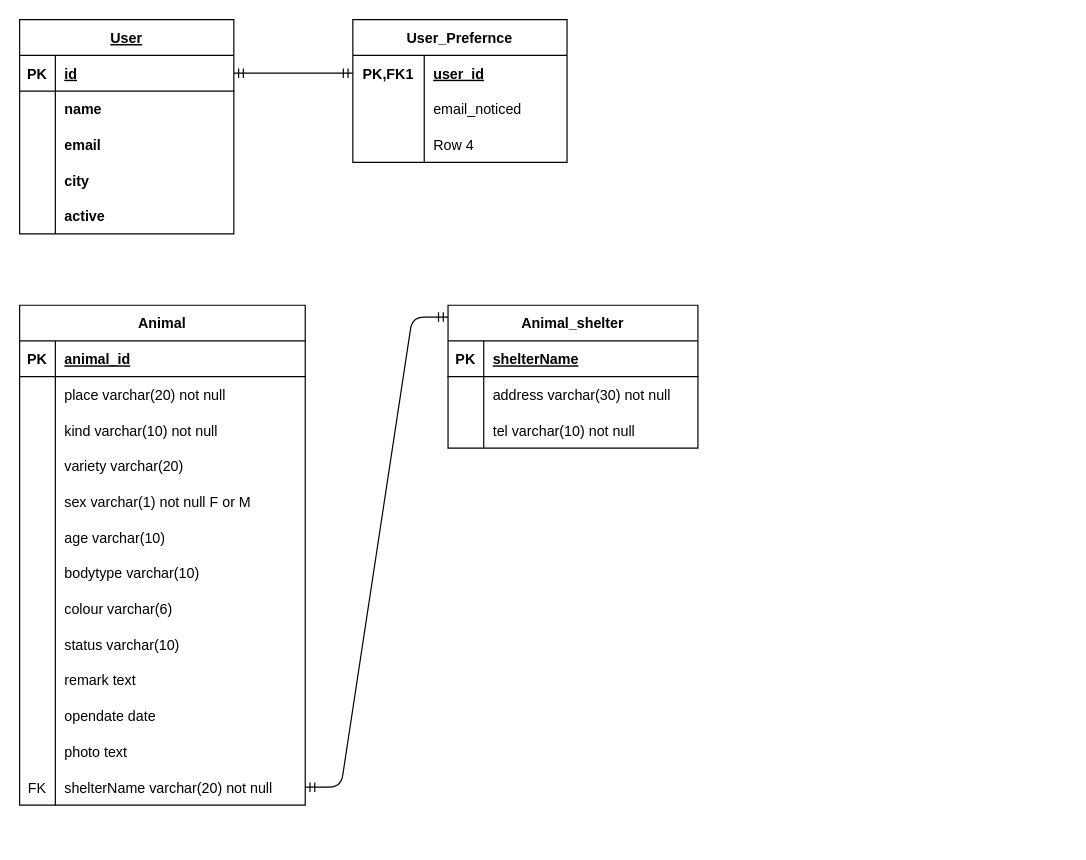
Before: backend/Diagram/erm.drawio in ctchen222/FurFriend-Finder, a draw.io diagram. Source tidied: cells renumbered, new cells numbered last; positions are measured from the earlier drawing's top-left corner, leaving out a move shared by most shapes. Both pictures are drawn from the tidied source at 119%, with x=0, y=0 at pixel (19, 19).
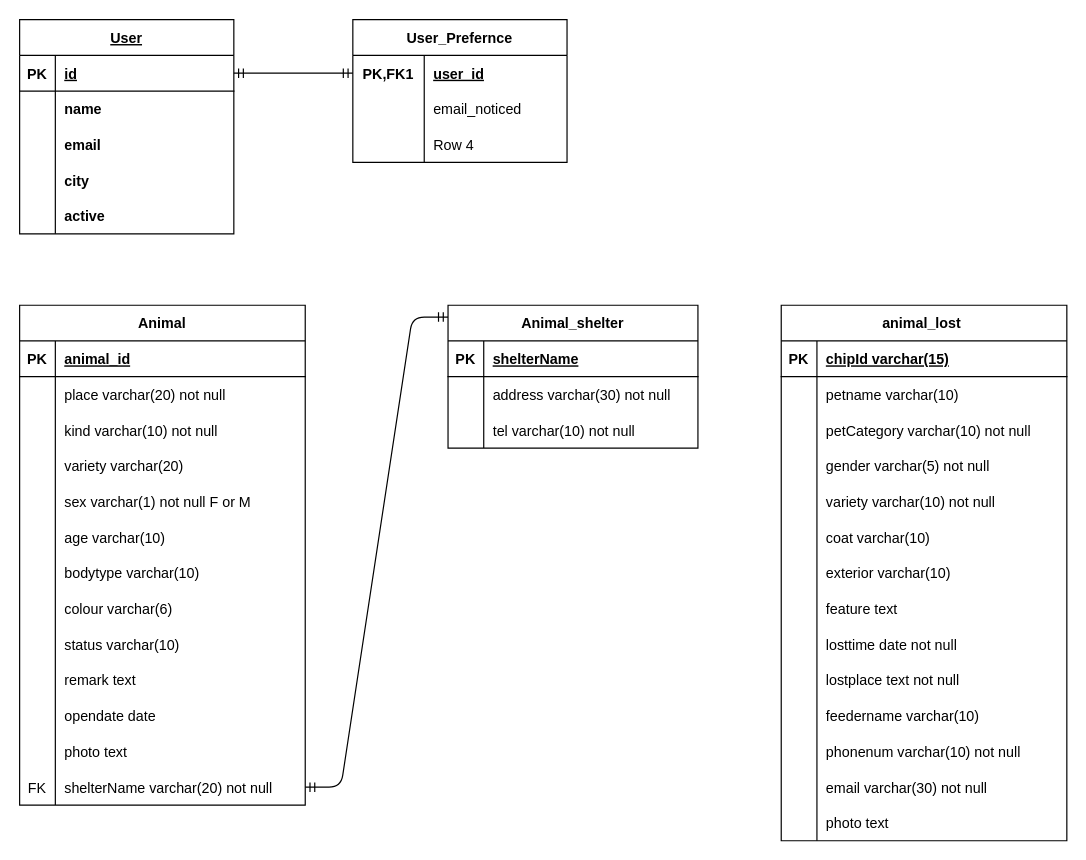
After the change.

Commit message (it also covers changes not shown here):
[add] feature for user to fetch lost animals

What changed in the source:
```diff
@@
+    <mxCell id="80" value="animal_lost " style="shape=table;startSize=30;childLayout=tableLayout;rowLines=0;fontStyle=1;align=center;" parent="1" vertex="1">
+      <mxGeometry x="640" y="240" width="240" height="450" as="geometry" />
+    </mxCell>
+    <mxCell id="81" style="shape=tableRow;horizontal=0;startSize=0;swimlaneHead=0;swimlaneBody=0;fillColor=none;top=0;left=0;right=0;bottom=1;" parent="80" vertex="1">
+      <mxGeometry y="30" width="240" height="30" as="geometry" />
+    </mxCell>
+    <mxCell id="82" value="PK" style="shape=partialRectangle;fillColor=none;top=0;left=0;bottom=0;right=0;fontStyle=1;overflow=hidden;" parent="81" vertex="1">
+      <mxGeometry width="30" height="30" as="geometry" />
+    </mxCell>
+    <mxCell id="83" value="chipId varchar(15)" style="shape=partialRectangle;fillColor=none;top=0;left=0;bottom=0;right=0;align=left;spacingLeft=6;fontStyle=5;overflow=hidden;" parent="81" vertex="1">
+      <mxGeometry x="30" width="210" height="30" as="geometry" />
+    </mxCell>
+    <mxCell id="84" style="shape=tableRow;horizontal=0;startSize=0;swimlaneHead=0;swimlaneBody=0;fillColor=none;top=0;left=0;right=0;bottom=0;" parent="80" vertex="1">
+      <mxGeometry y="60" width="240" height="30" as="geometry" />
+    </mxCell>
+    <mxCell id="85" style="shape=partialRectangle;fillColor=none;top=0;left=0;bottom=0;right=0;overflow=hidden;" parent="84" vertex="1">
+      <mxGeometry width="30" height="30" as="geometry" />
+    </mxCell>
+    <mxCell id="86" value="petname varchar(10)" style="shape=partialRectangle;fillColor=none;top=0;left=0;bottom=0;right=0;align=left;spacingLeft=6;overflow=hidden;" parent="84" vertex="1">
+      <mxGeometry x="30" width="210" height="30" as="geometry" />
+    </mxCell>
+    <mxCell id="87" style="shape=tableRow;horizontal=0;startSize=0;swimlaneHead=0;swimlaneBody=0;fillColor=none;top=0;left=0;right=0;bottom=0;" parent="80" vertex="1">
+      <mxGeometry y="90" width="240" height="30" as="geometry" />
+    </mxCell>
+    <mxCell id="88" style="shape=partialRectangle;fillColor=none;top=0;left=0;bottom=0;right=0;overflow=hidden;" parent="87" vertex="1">
+      <mxGeometry width="30" height="30" as="geometry" />
+    </mxCell>
+    <mxCell id="89" value="petCategory varchar(10) not null" style="shape=partialRectangle;fillColor=none;top=0;left=0;bottom=0;right=0;align=left;spacingLeft=6;overflow=hidden;" parent="87" vertex="1">
+      <mxGeometry x="30" width="210" height="30" as="geometry" />
+    </mxCell>
+    <mxCell id="90" style="shape=tableRow;horizontal=0;startSize=0;swimlaneHead=0;swimlaneBody=0;fillColor=none;top=0;left=0;right=0;bottom=0;" parent="80" vertex="1">
+      <mxGeometry y="120" width="240" height="30" as="geometry" />
+    </mxCell>
+    <mxCell id="91" style="shape=partialRectangle;fillColor=none;top=0;left=0;bottom=0;right=0;overflow=hidden;" parent="90" vertex="1">
+      <mxGeometry width="30" height="30" as="geometry" />
+    </mxCell>
+    <mxCell id="92" value="gender varchar(5) not null" style="shape=partialRectangle;fillColor=none;top=0;left=0;bottom=0;right=0;align=left;spacingLeft=6;overflow=hidden;" parent="90" vertex="1">
+      <mxGeometry x="30" width="210" height="30" as="geometry" />
+    </mxCell>
+    <mxCell id="93" style="shape=tableRow;horizontal=0;startSize=0;swimlaneHead=0;swimlaneBody=0;fillColor=none;top=0;left=0;right=0;bottom=0;" parent="80" vertex="1">
+      <mxGeometry y="150" width="240" height="30" as="geometry" />
+    </mxCell>
+    <mxCell id="94" style="shape=partialRectangle;fillColor=none;top=0;left=0;bottom=0;right=0;overflow=hidden;" parent="93" vertex="1">
+      <mxGeometry width="30" height="30" as="geometry" />
+    </mxCell>
+    <mxCell id="95" value="variety varchar(10) not null" style="shape=partialRectangle;fillColor=none;top=0;left=0;bottom=0;right=0;align=left;spacingLeft=6;overflow=hidden;" parent="93" vertex="1">
+      <mxGeometry x="30" width="210" height="30" as="geometry" />
+    </mxCell>
+    <mxCell id="96" style="shape=tableRow;horizontal=0;startSize=0;swimlaneHead=0;swimlaneBody=0;fillColor=none;top=0;left=0;right=0;bottom=0;" parent="80" vertex="1">
+      <mxGeometry y="180" width="240" height="30" as="geometry" />
+    </mxCell>
+    <mxCell id="97" style="shape=partialRectangle;fillColor=none;top=0;left=0;bottom=0;right=0;overflow=hidden;" parent="96" vertex="1">
+      <mxGeometry width="30" height="30" as="geometry" />
+    </mxCell>
+    <mxCell id="98" value="coat varchar(10)" style="shape=partialRectangle;fillColor=none;top=0;left=0;bottom=0;right=0;align=left;spacingLeft=6;overflow=hidden;" parent="96" vertex="1">
+      <mxGeometry x="30" width="210" height="30" as="geometry" />
+    </mxCell>
+    <mxCell id="99" style="shape=tableRow;horizontal=0;startSize=0;swimlaneHead=0;swimlaneBody=0;fillColor=none;top=0;left=0;right=0;bottom=0;" parent="80" vertex="1">
+      <mxGeometry y="210" width="240" height="30" as="geometry" />
+    </mxCell>
+    <mxCell id="100" style="shape=partialRectangle;fillColor=none;top=0;left=0;bottom=0;right=0;overflow=hidden;" parent="99" vertex="1">
+      <mxGeometry width="30" height="30" as="geometry" />
+    </mxCell>
+    <mxCell id="101" value="exterior varchar(10)" style="shape=partialRectangle;fillColor=none;top=0;left=0;bottom=0;right=0;align=left;spacingLeft=6;overflow=hidden;" parent="99" vertex="1">
+      <mxGeometry x="30" width="210" height="30" as="geometry" />
+    </mxCell>
+    <mxCell id="102" style="shape=tableRow;horizontal=0;startSize=0;swimlaneHead=0;swimlaneBody=0;fillColor=none;top=0;left=0;right=0;bottom=0;" parent="80" vertex="1">
+      <mxGeometry y="240" width="240" height="30" as="geometry" />
+    </mxCell>
+    <mxCell id="103" style="shape=partialRectangle;fillColor=none;top=0;left=0;bottom=0;right=0;overflow=hidden;" parent="102" vertex="1">
+      <mxGeometry width="30" height="30" as="geometry" />
+    </mxCell>
+    <mxCell id="104" value="feature text" style="shape=partialRectangle;fillColor=none;top=0;left=0;bottom=0;right=0;align=left;spacingLeft=6;overflow=hidden;" parent="102" vertex="1">
+      <mxGeometry x="30" width="210" height="30" as="geometry" />
+    </mxCell>
+    <mxCell id="105" style="shape=tableRow;horizontal=0;startSize=0;swimlaneHead=0;swimlaneBody=0;fillColor=none;top=0;left=0;right=0;bottom=0;" parent="80" vertex="1">
+      <mxGeometry y="270" width="240" height="30" as="geometry" />
+    </mxCell>
+    <mxCell id="106" style="shape=partialRectangle;fillColor=none;top=0;left=0;bottom=0;right=0;overflow=hidden;" parent="105" vertex="1">
+      <mxGeometry width="30" height="30" as="geometry" />
+    </mxCell>
+    <mxCell id="107" value="losttime date not null" style="shape=partialRectangle;fillColor=none;top=0;left=0;bottom=0;right=0;align=left;spacingLeft=6;overflow=hidden;" parent="105" vertex="1">
+      <mxGeometry x="30" width="210" height="30" as="geometry" />
+    </mxCell>
+    <mxCell id="108" style="shape=tableRow;horizontal=0;startSize=0;swimlaneHead=0;swimlaneBody=0;fillColor=none;top=0;left=0;right=0;bottom=0;" parent="80" vertex="1">
+      <mxGeometry y="300" width="240" height="30" as="geometry" />
+    </mxCell>
+    <mxCell id="109" style="shape=partialRectangle;fillColor=none;top=0;left=0;bottom=0;right=0;overflow=hidden;" parent="108" vertex="1">
+      <mxGeometry width="30" height="30" as="geometry" />
+    </mxCell>
+    <mxCell id="110" value="lostplace text not null" style="shape=partialRectangle;fillColor=none;top=0;left=0;bottom=0;right=0;align=left;spacingLeft=6;overflow=hidden;" parent="108" vertex="1">
+      <mxGeometry x="30" width="210" height="30" as="geometry" />
+    </mxCell>
+    <mxCell id="111" style="shape=tableRow;horizontal=0;startSize=0;swimlaneHead=0;swimlaneBody=0;fillColor=none;top=0;left=0;right=0;bottom=0;" parent="80" vertex="1">
+      <mxGeometry y="330" width="240" height="30" as="geometry" />
+    </mxCell>
+    <mxCell id="112" style="shape=partialRectangle;fillColor=none;top=0;left=0;bottom=0;right=0;overflow=hidden;" parent="111" vertex="1">
+      <mxGeometry width="30" height="30" as="geometry" />
+    </mxCell>
+    <mxCell id="113" value="feedername varchar(10)" style="shape=partialRectangle;fillColor=none;top=0;left=0;bottom=0;right=0;align=left;spacingLeft=6;overflow=hidden;" parent="111" vertex="1">
+      <mxGeometry x="30" width="210" height="30" as="geometry" />
+    </mxCell>
+    <mxCell id="114" style="shape=tableRow;horizontal=0;startSize=0;swimlaneHead=0;swimlaneBody=0;fillColor=none;top=0;left=0;right=0;bottom=0;" parent="80" vertex="1">
+      <mxGeometry y="360" width="240" height="30" as="geometry" />
+    </mxCell>
+    <mxCell id="115" style="shape=partialRectangle;fillColor=none;top=0;left=0;bottom=0;right=0;overflow=hidden;" parent="114" vertex="1">
+      <mxGeometry width="30" height="30" as="geometry" />
+    </mxCell>
+    <mxCell id="116" value="phonenum varchar(10) not null" style="shape=partialRectangle;fillColor=none;top=0;left=0;bottom=0;right=0;align=left;spacingLeft=6;overflow=hidden;" parent="114" vertex="1">
+      <mxGeometry x="30" width="210" height="30" as="geometry" />
+    </mxCell>
+    <mxCell id="117" style="shape=tableRow;horizontal=0;startSize=0;swimlaneHead=0;swimlaneBody=0;fillColor=none;top=0;left=0;right=0;bottom=0;" parent="80" vertex="1">
+      <mxGeometry y="390" width="240" height="30" as="geometry" />
+    </mxCell>
+    <mxCell id="118" style="shape=partialRectangle;fillColor=none;top=0;left=0;bottom=0;right=0;overflow=hidden;" parent="117" vertex="1">
+      <mxGeometry width="30" height="30" as="geometry" />
+    </mxCell>
+    <mxCell id="119" value="email varchar(30) not null" style="shape=partialRectangle;fillColor=none;top=0;left=0;bottom=0;right=0;align=left;spacingLeft=6;overflow=hidden;" parent="117" vertex="1">
+      <mxGeometry x="30" width="210" height="30" as="geometry" />
+    </mxCell>
+    <mxCell id="120" style="shape=tableRow;horizontal=0;startSize=0;swimlaneHead=0;swimlaneBody=0;fillColor=none;top=0;left=0;right=0;bottom=0;" parent="80" vertex="1">
+      <mxGeometry y="420" width="240" height="30" as="geometry" />
+    </mxCell>
+    <mxCell id="121" style="shape=partialRectangle;fillColor=none;top=0;left=0;bottom=0;right=0;overflow=hidden;" parent="120" vertex="1">
+      <mxGeometry width="30" height="30" as="geometry" />
+    </mxCell>
+    <mxCell id="122" value="photo text" style="shape=partialRectangle;fillColor=none;top=0;left=0;bottom=0;right=0;align=left;spacingLeft=6;overflow=hidden;" parent="120" vertex="1">
+      <mxGeometry x="30" width="210" height="30" as="geometry" />
+    </mxCell>
```
